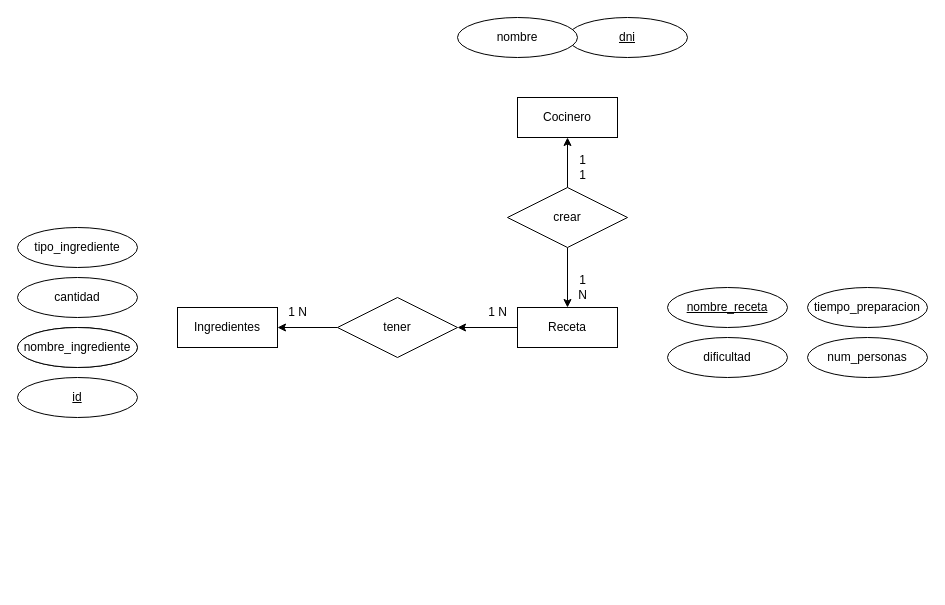
This is ej9.drawio from adriii28/amr-tsys-C3U12-11102023, a draw.io file, before an edit. Source tidied: cells renumbered, new cells numbered last; positions are measured from the earlier drawing's top-left corner, leaving out a move shared by most shapes. Both pictures are drawn from the tidied source at 100%, with x=0, y=0 at pixel (17, 17).
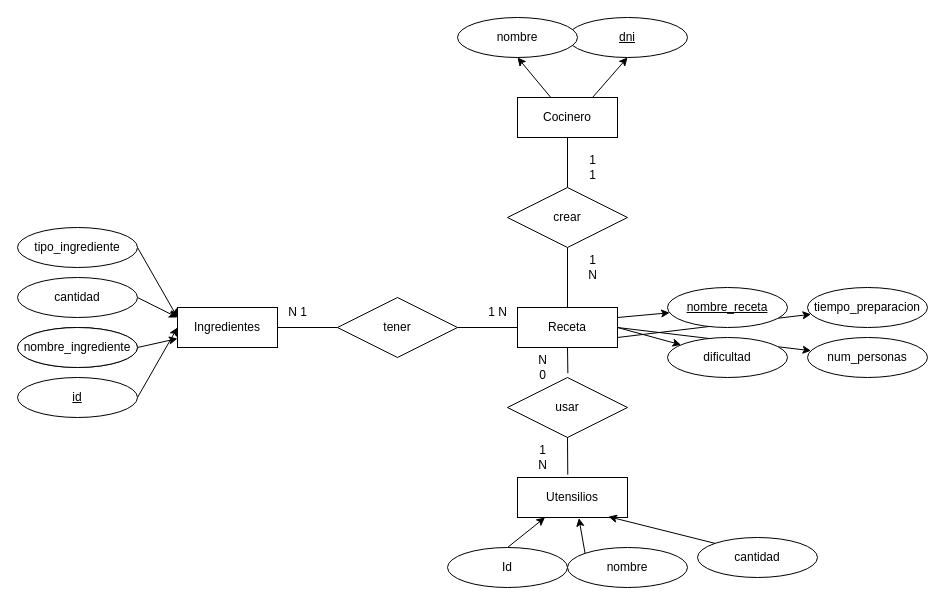
The same page after the edit.

The change refers to these unchanged cells:
```xml
<mxCell id="2" value="Ingredientes" style="whiteSpace=wrap;html=1;align=center;" parent="1" vertex="1">
  <mxGeometry x="160" y="290" width="100" height="40" as="geometry" />
</mxCell>
<mxCell id="4" value="Receta" style="whiteSpace=wrap;html=1;align=center;" parent="1" vertex="1">
  <mxGeometry x="500" y="290" width="100" height="40" as="geometry" />
</mxCell>
<mxCell id="6" value="nombre_receta" style="ellipse;whiteSpace=wrap;html=1;align=center;fontStyle=4;" parent="1" vertex="1">
  <mxGeometry x="650" y="270" width="120" height="40" as="geometry" />
</mxCell>
<mxCell id="7" value="cantidad" style="ellipse;whiteSpace=wrap;html=1;align=center;" parent="1" vertex="1">
  <mxGeometry y="260" width="120" height="40" as="geometry" />
</mxCell>
<mxCell id="8" value="tiempo_preparacion" style="ellipse;whiteSpace=wrap;html=1;align=center;" parent="1" vertex="1">
  <mxGeometry x="790" y="270" width="120" height="40" as="geometry" />
</mxCell>
<mxCell id="9" value="dificultad" style="ellipse;whiteSpace=wrap;html=1;align=center;" parent="1" vertex="1">
  <mxGeometry x="650" y="320" width="120" height="40" as="geometry" />
</mxCell>
<mxCell id="10" value="num_personas" style="ellipse;whiteSpace=wrap;html=1;align=center;" parent="1" vertex="1">
  <mxGeometry x="790" y="320" width="120" height="40" as="geometry" />
</mxCell>
<mxCell id="11" value="Cocinero" style="whiteSpace=wrap;html=1;align=center;" parent="1" vertex="1">
  <mxGeometry x="500" y="80" width="100" height="40" as="geometry" />
</mxCell>
<mxCell id="12" value="dni" style="ellipse;whiteSpace=wrap;html=1;align=center;fontStyle=4;" parent="1" vertex="1">
  <mxGeometry x="550" width="120" height="40" as="geometry" />
</mxCell>
<mxCell id="15" value="crear" style="shape=rhombus;perimeter=rhombusPerimeter;whiteSpace=wrap;html=1;align=center;" parent="1" vertex="1">
  <mxGeometry x="490" y="170" width="120" height="60" as="geometry" />
</mxCell>
<mxCell id="17" value="tener" style="shape=rhombus;perimeter=rhombusPerimeter;whiteSpace=wrap;html=1;align=center;" parent="1" vertex="1">
  <mxGeometry x="320" y="280" width="120" height="60" as="geometry" />
</mxCell>
<mxCell id="20" value="tipo_ingrediente" style="ellipse;whiteSpace=wrap;html=1;align=center;" parent="1" vertex="1">
  <mxGeometry y="210" width="120" height="40" as="geometry" />
</mxCell>
<mxCell id="21" value="nombre_ingrediente&lt;br&gt;" style="ellipse;whiteSpace=wrap;html=1;align=center;" parent="1" vertex="1">
  <mxGeometry y="310" width="120" height="40" as="geometry" />
</mxCell>
<mxCell id="22" value="id" style="ellipse;whiteSpace=wrap;html=1;align=center;fontStyle=4;" parent="1" vertex="1">
  <mxGeometry y="360" width="120" height="40" as="geometry" />
</mxCell>
<mxCell id="25" value="nombre" style="ellipse;whiteSpace=wrap;html=1;align=center;" parent="1" vertex="1">
  <mxGeometry x="440" width="120" height="40" as="geometry" />
</mxCell>
```

The edit, as a diff of the source:
```diff
@@
-    <mxCell id="3" style="edgeStyle=orthogonalEdgeStyle;rounded=0;jettySize=auto;html=1;entryX=1;entryY=0.5;entryDx=0;entryDy=0;" parent="1" edge="1" source="4" target="17">
+    <mxCell id="3" style="edgeStyle=orthogonalEdgeStyle;rounded=0;jettySize=auto;html=1;entryX=1;entryY=0.5;entryDx=0;entryDy=0;endArrow=none;endFill=0;startArrow=none;startFill=0;" parent="1" edge="1" source="4" target="17">
       <mxGeometry relative="1" as="geometry" />
     </mxCell>
+    <mxCell id="26" style="rounded=0;jettySize=auto;html=1;exitX=1;exitY=0.25;exitDx=0;exitDy=0;" parent="1" edge="1" source="4" target="6">
+      <mxGeometry relative="1" as="geometry" />
+    </mxCell>
+    <mxCell id="27" style="rounded=0;jettySize=auto;html=1;exitX=1;exitY=0.75;exitDx=0;exitDy=0;" parent="1" edge="1" source="4" target="8">
+      <mxGeometry relative="1" as="geometry" />
+    </mxCell>
+    <mxCell id="28" style="rounded=0;jettySize=auto;html=1;exitX=1;exitY=0.5;exitDx=0;exitDy=0;" parent="1" edge="1" source="4" target="10">
+      <mxGeometry relative="1" as="geometry" />
+    </mxCell>
+    <mxCell id="29" style="rounded=0;jettySize=auto;html=1;exitX=1;exitY=0.5;exitDx=0;exitDy=0;" parent="1" edge="1" source="4" target="9">
+      <mxGeometry relative="1" as="geometry" />
+    </mxCell>
@@
+    <mxCell id="30" style="rounded=0;jettySize=auto;html=1;exitX=1;exitY=0.5;exitDx=0;exitDy=0;" parent="1" edge="1" source="7">
+      <mxGeometry relative="1" as="geometry">
+        <mxPoint x="160" y="300" as="targetPoint" />
+      </mxGeometry>
+    </mxCell>
@@
+    <mxCell id="31" style="rounded=0;jettySize=auto;html=1;entryX=0.5;entryY=1;entryDx=0;entryDy=0;" parent="1" edge="1" source="11" target="25">
+      <mxGeometry relative="1" as="geometry" />
+    </mxCell>
+    <mxCell id="32" style="rounded=0;jettySize=auto;html=1;exitX=0.75;exitY=0;exitDx=0;exitDy=0;entryX=0.5;entryY=1;entryDx=0;entryDy=0;" parent="1" edge="1" source="11" target="12">
+      <mxGeometry relative="1" as="geometry" />
+    </mxCell>
@@
-    <mxCell id="13" style="edgeStyle=orthogonalEdgeStyle;rounded=0;jettySize=auto;html=1;entryX=0.5;entryY=0;entryDx=0;entryDy=0;" parent="1" edge="1" source="15" target="4">
+    <mxCell id="13" style="edgeStyle=orthogonalEdgeStyle;rounded=0;jettySize=auto;html=1;entryX=0.5;entryY=0;entryDx=0;entryDy=0;endArrow=none;endFill=0;startArrow=none;startFill=0;" parent="1" edge="1" source="15" target="4">
       <mxGeometry relative="1" as="geometry" />
     </mxCell>
-    <mxCell id="14" style="edgeStyle=orthogonalEdgeStyle;rounded=0;jettySize=auto;html=1;entryX=0.5;entryY=1;entryDx=0;entryDy=0;" parent="1" edge="1" source="15" target="11">
+    <mxCell id="14" style="edgeStyle=orthogonalEdgeStyle;rounded=0;jettySize=auto;html=1;entryX=0.5;entryY=1;entryDx=0;entryDy=0;endArrow=none;endFill=0;startArrow=none;startFill=0;" parent="1" edge="1" source="15" target="11">
       <mxGeometry relative="1" as="geometry" />
     </mxCell>
@@
-    <mxCell id="16" style="edgeStyle=orthogonalEdgeStyle;rounded=0;jettySize=auto;html=1;entryX=1;entryY=0.5;entryDx=0;entryDy=0;" parent="1" edge="1" source="17" target="2">
+    <mxCell id="16" style="edgeStyle=orthogonalEdgeStyle;rounded=0;jettySize=auto;html=1;entryX=1;entryY=0.5;entryDx=0;entryDy=0;endArrow=none;endFill=0;startArrow=none;startFill=0;" parent="1" edge="1" source="17" target="2">
       <mxGeometry relative="1" as="geometry" />
     </mxCell>
@@
-    <mxCell id="18" value="1 N" style="text;html=1;align=center;verticalAlign=middle;strokeColor=none;fillColor=none;" parent="1" vertex="1">
+    <mxCell id="18" value="N 1" style="text;html=1;align=center;verticalAlign=middle;strokeColor=none;fillColor=none;" parent="1" vertex="1">
       <mxGeometry x="260" y="280" width="40" height="30" as="geometry" />
     </mxCell>
@@
+    <mxCell id="33" style="rounded=0;jettySize=auto;html=1;exitX=1;exitY=0.5;exitDx=0;exitDy=0;entryX=0;entryY=0.25;entryDx=0;entryDy=0;" parent="1" edge="1" source="20" target="2">
+      <mxGeometry relative="1" as="geometry" />
+    </mxCell>
@@
+    <mxCell id="34" style="rounded=0;jettySize=auto;html=1;exitX=1;exitY=0.5;exitDx=0;exitDy=0;" parent="1" edge="1" source="21" target="2">
+      <mxGeometry relative="1" as="geometry" />
+    </mxCell>
@@
+    <mxCell id="35" style="rounded=0;jettySize=auto;html=1;exitX=1;exitY=0.5;exitDx=0;exitDy=0;entryX=0;entryY=0.5;entryDx=0;entryDy=0;" parent="1" edge="1" source="22" target="2">
+      <mxGeometry relative="1" as="geometry" />
+    </mxCell>
@@
     <mxCell id="23" value="1&lt;br&gt;1" style="text;html=1;align=center;verticalAlign=middle;strokeColor=none;fillColor=none;" parent="1" vertex="1">
-      <mxGeometry x="550" y="130" width="30" height="40" as="geometry" />
+      <mxGeometry x="560" y="130" width="30" height="40" as="geometry" />
     </mxCell>
     <mxCell id="24" value="1&lt;br&gt;N" style="text;html=1;align=center;verticalAlign=middle;strokeColor=none;fillColor=none;" parent="1" vertex="1">
-      <mxGeometry x="550" y="250" width="30" height="40" as="geometry" />
+      <mxGeometry x="560" y="230" width="30" height="40" as="geometry" />
     </mxCell>
@@
+    <mxCell id="36" value="Utensilios" style="whiteSpace=wrap;html=1;" parent="1" vertex="1">
+      <mxGeometry x="500" y="460" width="110" height="40" as="geometry" />
+    </mxCell>
+    <mxCell id="37" value="usar" style="shape=rhombus;perimeter=rhombusPerimeter;whiteSpace=wrap;html=1;align=center;" parent="1" vertex="1">
+      <mxGeometry x="490" y="360" width="120" height="60" as="geometry" />
+    </mxCell>
+    <mxCell id="38" style="edgeStyle=orthogonalEdgeStyle;rounded=0;jettySize=auto;html=1;exitX=0.5;exitY=1;exitDx=0;exitDy=0;entryX=0.503;entryY=-0.071;entryDx=0;entryDy=0;entryPerimeter=0;endArrow=none;endFill=0;startArrow=none;startFill=0;" parent="1" edge="1" source="4" target="37">
+      <mxGeometry relative="1" as="geometry" />
+    </mxCell>
+    <mxCell id="39" style="edgeStyle=orthogonalEdgeStyle;rounded=0;jettySize=auto;html=1;exitX=0.5;exitY=1;exitDx=0;exitDy=0;entryX=0.457;entryY=-0.072;entryDx=0;entryDy=0;entryPerimeter=0;startArrow=none;startFill=0;endArrow=none;endFill=0;" parent="1" edge="1" source="37" target="36">
+      <mxGeometry relative="1" as="geometry" />
+    </mxCell>
+    <mxCell id="40" value="1&lt;br&gt;N" style="text;html=1;align=center;verticalAlign=middle;strokeColor=none;fillColor=none;" parent="1" vertex="1">
+      <mxGeometry x="510" y="420" width="30" height="40" as="geometry" />
+    </mxCell>
+    <mxCell id="41" value="N&lt;br&gt;0" style="text;html=1;align=center;verticalAlign=middle;strokeColor=none;fillColor=none;" parent="1" vertex="1">
+      <mxGeometry x="510" y="330" width="30" height="40" as="geometry" />
+    </mxCell>
+    <mxCell id="42" style="rounded=0;jettySize=auto;html=1;exitX=0.5;exitY=0;exitDx=0;exitDy=0;entryX=0.25;entryY=1;entryDx=0;entryDy=0;" parent="1" edge="1" source="43" target="36">
+      <mxGeometry relative="1" as="geometry" />
+    </mxCell>
+    <mxCell id="43" value="Id" style="ellipse;whiteSpace=wrap;html=1;align=center;" parent="1" vertex="1">
+      <mxGeometry x="430" y="530" width="120" height="40" as="geometry" />
+    </mxCell>
+    <mxCell id="44" value="nombre" style="ellipse;whiteSpace=wrap;html=1;align=center;" parent="1" vertex="1">
+      <mxGeometry x="550" y="530" width="120" height="40" as="geometry" />
+    </mxCell>
+    <mxCell id="45" value="cantidad" style="ellipse;whiteSpace=wrap;html=1;align=center;" parent="1" vertex="1">
+      <mxGeometry x="680" y="520" width="120" height="40" as="geometry" />
+    </mxCell>
+    <mxCell id="46" style="rounded=0;jettySize=auto;html=1;exitX=0;exitY=0;exitDx=0;exitDy=0;entryX=0.558;entryY=1.014;entryDx=0;entryDy=0;entryPerimeter=0;" parent="1" edge="1" source="44" target="36">
+      <mxGeometry relative="1" as="geometry" />
+    </mxCell>
+    <mxCell id="47" style="rounded=0;jettySize=auto;html=1;exitX=0;exitY=0;exitDx=0;exitDy=0;entryX=0.827;entryY=0.979;entryDx=0;entryDy=0;entryPerimeter=0;" parent="1" edge="1" source="45" target="36">
+      <mxGeometry relative="1" as="geometry" />
+    </mxCell>
```
